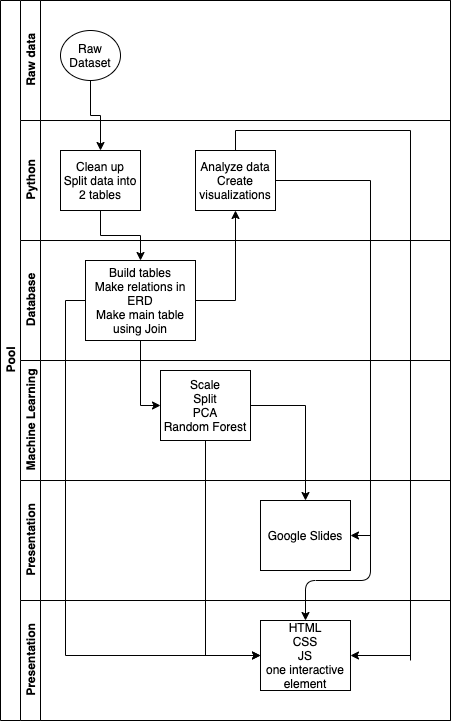
Before: Resources/Group 2 Cardiovascular Swimlane chart.png, a diagram exported from draw.io (enrique-bustamante/Group2_Cardiovascular_Project). Source tidied: cells renumbered, new cells last; positions are measured from the earlier drawing's top-left corner, leaving out a move shared by most shapes. The source it was exported from:
```xml
<mxGraphModel>
  <root>
    <mxCell id="0" />
    <mxCell id="1" parent="0" />
    <mxCell id="2" value="Pool" style="swimlane;html=1;horizontal=0;startSize=20;" parent="1" vertex="1">
      <mxGeometry width="450" height="720" as="geometry" />
    </mxCell>
    <mxCell id="3" value="Raw data" style="swimlane;html=1;startSize=20;horizontal=0;" parent="2" vertex="1">
      <mxGeometry x="20" width="430" height="120" as="geometry" />
    </mxCell>
    <mxCell id="4" value="Raw Dataset" style="ellipse;whiteSpace=wrap;html=1;" parent="3" vertex="1">
      <mxGeometry x="40" y="30" width="60" height="50" as="geometry" />
    </mxCell>
    <mxCell id="5" value="Python" style="swimlane;html=1;startSize=20;horizontal=0;" parent="2" vertex="1">
      <mxGeometry x="20" y="120" width="430" height="120" as="geometry" />
    </mxCell>
    <mxCell id="6" value="Analyze data&lt;br&gt;Create visualizations" style="rounded=0;whiteSpace=wrap;html=1;fontFamily=Helvetica;fontSize=12;fontColor=#000000;align=center;" parent="5" vertex="1">
      <mxGeometry x="175" y="30" width="80" height="60" as="geometry" />
    </mxCell>
    <mxCell id="7" value="Clean up&lt;br&gt;Split data into 2 tables" style="rounded=0;whiteSpace=wrap;html=1;fontFamily=Helvetica;fontSize=12;fontColor=#000000;align=center;" parent="5" vertex="1">
      <mxGeometry x="40" y="30" width="80" height="60" as="geometry" />
    </mxCell>
    <mxCell id="8" value="Database" style="swimlane;html=1;startSize=20;horizontal=0;" parent="2" vertex="1">
      <mxGeometry x="20" y="240" width="430" height="120" as="geometry" />
    </mxCell>
    <mxCell id="9" value="Build tables&lt;br&gt;Make relations in ERD&lt;br&gt;Make main table using Join" style="rounded=0;whiteSpace=wrap;html=1;fontFamily=Helvetica;fontSize=12;fontColor=#000000;align=center;" parent="8" vertex="1">
      <mxGeometry x="65" y="20" width="110" height="80" as="geometry" />
    </mxCell>
    <mxCell id="10" value="Machine Learning" style="swimlane;html=1;startSize=20;horizontal=0;" parent="2" vertex="1">
      <mxGeometry x="20" y="360" width="430" height="120" as="geometry" />
    </mxCell>
    <mxCell id="11" value="Scale&lt;br&gt;Split&lt;br&gt;PCA&lt;br&gt;Random Forest" style="rounded=0;whiteSpace=wrap;html=1;fontFamily=Helvetica;fontSize=12;fontColor=#000000;align=center;" parent="10" vertex="1">
      <mxGeometry x="140" y="10" width="90" height="70" as="geometry" />
    </mxCell>
    <mxCell id="12" value="Presentation" style="swimlane;html=1;startSize=20;horizontal=0;" parent="2" vertex="1">
      <mxGeometry x="20" y="480" width="430" height="120" as="geometry" />
    </mxCell>
    <mxCell id="13" value="Google Slides" style="rounded=0;whiteSpace=wrap;html=1;fontFamily=Helvetica;fontSize=12;fontColor=#000000;align=center;" parent="12" vertex="1">
      <mxGeometry x="240" y="20" width="90" height="70" as="geometry" />
    </mxCell>
    <mxCell id="14" value="Presentation" style="swimlane;html=1;startSize=20;horizontal=0;" parent="2" vertex="1">
      <mxGeometry x="20" y="600" width="430" height="120" as="geometry" />
    </mxCell>
    <mxCell id="15" value="HTML&lt;br&gt;CSS&lt;br&gt;JS&lt;br&gt;one interactive element" style="rounded=0;whiteSpace=wrap;html=1;fontFamily=Helvetica;fontSize=12;fontColor=#000000;align=center;" parent="14" vertex="1">
      <mxGeometry x="240" y="20" width="90" height="70" as="geometry" />
    </mxCell>
    <mxCell id="16" style="edgeStyle=orthogonalEdgeStyle;rounded=0;jettySize=auto;html=1;" parent="2" edge="1" source="4" target="7">
      <mxGeometry relative="1" as="geometry" />
    </mxCell>
    <mxCell id="17" style="edgeStyle=orthogonalEdgeStyle;rounded=0;jettySize=auto;html=1;endArrow=classic;endFill=1;" parent="2" edge="1" source="7" target="9">
      <mxGeometry relative="1" as="geometry" />
    </mxCell>
    <mxCell id="18" style="edgeStyle=orthogonalEdgeStyle;rounded=0;jettySize=auto;html=1;endArrow=classic;endFill=1;entryX=0.5;entryY=1;entryDx=0;entryDy=0;" parent="2" edge="1" source="9" target="6">
      <mxGeometry relative="1" as="geometry">
        <Array as="points">
          <mxPoint x="235" y="300" />
        </Array>
      </mxGeometry>
    </mxCell>
    <mxCell id="19" style="edgeStyle=orthogonalEdgeStyle;rounded=0;jettySize=auto;html=1;exitX=0.5;exitY=1;exitDx=0;exitDy=0;entryX=0;entryY=0.5;entryDx=0;entryDy=0;endArrow=classic;endFill=1;" parent="2" edge="1" source="9" target="11">
      <mxGeometry relative="1" as="geometry" />
    </mxCell>
    <mxCell id="20" style="edgeStyle=orthogonalEdgeStyle;rounded=0;jettySize=auto;html=1;exitX=1;exitY=0.5;exitDx=0;exitDy=0;entryX=1;entryY=0.5;entryDx=0;entryDy=0;endArrow=classic;endFill=1;" parent="2" edge="1" source="6" target="13">
      <mxGeometry relative="1" as="geometry">
        <Array as="points">
          <mxPoint x="370" y="180" />
          <mxPoint x="370" y="535" />
        </Array>
      </mxGeometry>
    </mxCell>
    <mxCell id="21" style="edgeStyle=orthogonalEdgeStyle;rounded=0;jettySize=auto;html=1;exitX=1;exitY=0.5;exitDx=0;exitDy=0;entryX=0.5;entryY=0;entryDx=0;entryDy=0;endArrow=classic;endFill=1;" parent="2" edge="1" source="11" target="13">
      <mxGeometry relative="1" as="geometry" />
    </mxCell>
    <mxCell id="22" style="edgeStyle=orthogonalEdgeStyle;rounded=0;jettySize=auto;html=1;exitX=0;exitY=0.5;exitDx=0;exitDy=0;entryX=0;entryY=0.5;entryDx=0;entryDy=0;endArrow=classic;endFill=1;" parent="2" edge="1" source="9" target="15">
      <mxGeometry relative="1" as="geometry" />
    </mxCell>
    <mxCell id="23" style="edgeStyle=orthogonalEdgeStyle;rounded=0;jettySize=auto;html=1;exitX=0.5;exitY=0;exitDx=0;exitDy=0;endArrow=none;endFill=0;" parent="2" edge="1" source="6">
      <mxGeometry relative="1" as="geometry">
        <mxPoint x="410" y="660" as="targetPoint" />
      </mxGeometry>
    </mxCell>
    <mxCell id="24" style="edgeStyle=orthogonalEdgeStyle;rounded=0;jettySize=auto;html=1;exitX=0.5;exitY=1;exitDx=0;exitDy=0;endArrow=classic;endFill=1;entryX=0;entryY=0.5;entryDx=0;entryDy=0;" parent="2" edge="1" source="11" target="15">
      <mxGeometry relative="1" as="geometry" />
    </mxCell>
    <mxCell id="25" style="endArrow=classic;html=1;entryX=1;entryY=0.5;entryDx=0;entryDy=0;" parent="1" edge="1" target="15">
      <mxGeometry relative="1" as="geometry">
        <mxPoint x="410" y="655" as="sourcePoint" />
      </mxGeometry>
    </mxCell>
    <mxCell id="26" style="endArrow=classic;html=1;entryX=0.5;entryY=0;entryDx=0;entryDy=0;" parent="1" edge="1" target="15">
      <mxGeometry relative="1" as="geometry">
        <mxPoint x="370" y="530" as="sourcePoint" />
        <Array as="points">
          <mxPoint x="370" y="580" />
          <mxPoint x="305" y="580" />
        </Array>
      </mxGeometry>
    </mxCell>
  </root>
</mxGraphModel>
```
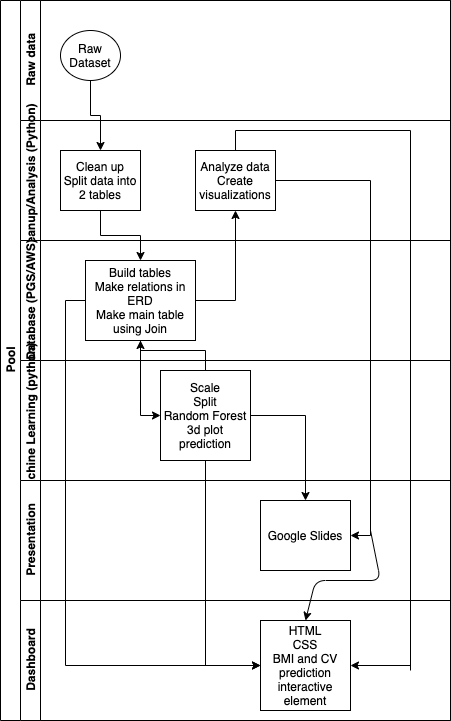
Above is the later version.

The edit, as a diff of the source:
```diff
@@ -2,6 +2,20 @@
   <root>
     <mxCell id="0" />
     <mxCell id="1" parent="0" />
+    <mxCell id="25" style="endArrow=classic;html=1;entryX=1;entryY=0.5;entryDx=0;entryDy=0;" parent="1" edge="1" target="15">
+      <mxGeometry relative="1" as="geometry">
+        <mxPoint x="410" y="665" as="sourcePoint" />
+      </mxGeometry>
+    </mxCell>
+    <mxCell id="26" style="endArrow=classic;html=1;entryX=0.5;entryY=0;entryDx=0;entryDy=0;" parent="1" edge="1" target="15">
+      <mxGeometry relative="1" as="geometry">
+        <mxPoint x="370" y="530" as="sourcePoint" />
+        <Array as="points">
+          <mxPoint x="380" y="580" />
+          <mxPoint x="315" y="580" />
+        </Array>
+      </mxGeometry>
+    </mxCell>
     <mxCell id="2" value="Pool" style="swimlane;html=1;horizontal=0;startSize=20;" parent="1" vertex="1">
       <mxGeometry width="450" height="720" as="geometry" />
     </mxCell>
@@ -11,7 +25,7 @@
     <mxCell id="4" value="Raw Dataset" style="ellipse;whiteSpace=wrap;html=1;" parent="3" vertex="1">
       <mxGeometry x="40" y="30" width="60" height="50" as="geometry" />
     </mxCell>
-    <mxCell id="5" value="Python" style="swimlane;html=1;startSize=20;horizontal=0;" parent="2" vertex="1">
+    <mxCell id="5" value="Cleanup/Analysis (Python)" style="swimlane;html=1;startSize=20;horizontal=0;" parent="2" vertex="1">
       <mxGeometry x="20" y="120" width="430" height="120" as="geometry" />
     </mxCell>
     <mxCell id="6" value="Analyze data&lt;br&gt;Create visualizations" style="rounded=0;whiteSpace=wrap;html=1;fontFamily=Helvetica;fontSize=12;fontColor=#000000;align=center;" parent="5" vertex="1">
@@ -20,17 +34,17 @@
     <mxCell id="7" value="Clean up&lt;br&gt;Split data into 2 tables" style="rounded=0;whiteSpace=wrap;html=1;fontFamily=Helvetica;fontSize=12;fontColor=#000000;align=center;" parent="5" vertex="1">
       <mxGeometry x="40" y="30" width="80" height="60" as="geometry" />
     </mxCell>
-    <mxCell id="8" value="Database" style="swimlane;html=1;startSize=20;horizontal=0;" parent="2" vertex="1">
+    <mxCell id="8" value="Database (PGS/AWS)" style="swimlane;html=1;startSize=20;horizontal=0;" parent="2" vertex="1">
       <mxGeometry x="20" y="240" width="430" height="120" as="geometry" />
     </mxCell>
     <mxCell id="9" value="Build tables&lt;br&gt;Make relations in ERD&lt;br&gt;Make main table using Join" style="rounded=0;whiteSpace=wrap;html=1;fontFamily=Helvetica;fontSize=12;fontColor=#000000;align=center;" parent="8" vertex="1">
       <mxGeometry x="65" y="20" width="110" height="80" as="geometry" />
     </mxCell>
-    <mxCell id="10" value="Machine Learning" style="swimlane;html=1;startSize=20;horizontal=0;" parent="2" vertex="1">
+    <mxCell id="10" value="Machine Learning (python)" style="swimlane;html=1;startSize=20;horizontal=0;" parent="2" vertex="1">
       <mxGeometry x="20" y="360" width="430" height="120" as="geometry" />
     </mxCell>
-    <mxCell id="11" value="Scale&lt;br&gt;Split&lt;br&gt;PCA&lt;br&gt;Random Forest" style="rounded=0;whiteSpace=wrap;html=1;fontFamily=Helvetica;fontSize=12;fontColor=#000000;align=center;" parent="10" vertex="1">
-      <mxGeometry x="140" y="10" width="90" height="70" as="geometry" />
+    <mxCell id="11" value="Scale&lt;br&gt;Split&lt;br&gt;Random Forest&lt;br&gt;3d plot&lt;br&gt;prediction" style="rounded=0;whiteSpace=wrap;html=1;fontFamily=Helvetica;fontSize=12;fontColor=#000000;align=center;" parent="10" vertex="1">
+      <mxGeometry x="140" y="10" width="90" height="90" as="geometry" />
     </mxCell>
     <mxCell id="12" value="Presentation" style="swimlane;html=1;startSize=20;horizontal=0;" parent="2" vertex="1">
       <mxGeometry x="20" y="480" width="430" height="120" as="geometry" />
@@ -38,11 +52,11 @@
     <mxCell id="13" value="Google Slides" style="rounded=0;whiteSpace=wrap;html=1;fontFamily=Helvetica;fontSize=12;fontColor=#000000;align=center;" parent="12" vertex="1">
       <mxGeometry x="240" y="20" width="90" height="70" as="geometry" />
     </mxCell>
-    <mxCell id="14" value="Presentation" style="swimlane;html=1;startSize=20;horizontal=0;" parent="2" vertex="1">
+    <mxCell id="14" value="Dashboard" style="swimlane;html=1;startSize=20;horizontal=0;" parent="2" vertex="1">
       <mxGeometry x="20" y="600" width="430" height="120" as="geometry" />
     </mxCell>
-    <mxCell id="15" value="HTML&lt;br&gt;CSS&lt;br&gt;JS&lt;br&gt;one interactive element" style="rounded=0;whiteSpace=wrap;html=1;fontFamily=Helvetica;fontSize=12;fontColor=#000000;align=center;" parent="14" vertex="1">
-      <mxGeometry x="240" y="20" width="90" height="70" as="geometry" />
+    <mxCell id="15" value="HTML&lt;br&gt;CSS&lt;br&gt;BMI and CV prediction interactive element" style="rounded=0;whiteSpace=wrap;html=1;fontFamily=Helvetica;fontSize=12;fontColor=#000000;align=center;" parent="14" vertex="1">
+      <mxGeometry x="240" y="20" width="90" height="90" as="geometry" />
     </mxCell>
     <mxCell id="16" style="edgeStyle=orthogonalEdgeStyle;rounded=0;jettySize=auto;html=1;" parent="2" edge="1" source="4" target="7">
       <mxGeometry relative="1" as="geometry" />
@@ -76,25 +90,14 @@
     </mxCell>
     <mxCell id="23" style="edgeStyle=orthogonalEdgeStyle;rounded=0;jettySize=auto;html=1;exitX=0.5;exitY=0;exitDx=0;exitDy=0;endArrow=none;endFill=0;" parent="2" edge="1" source="6">
       <mxGeometry relative="1" as="geometry">
-        <mxPoint x="410" y="660" as="targetPoint" />
+        <mxPoint x="410" y="670" as="targetPoint" />
       </mxGeometry>
     </mxCell>
     <mxCell id="24" style="edgeStyle=orthogonalEdgeStyle;rounded=0;jettySize=auto;html=1;exitX=0.5;exitY=1;exitDx=0;exitDy=0;endArrow=classic;endFill=1;entryX=0;entryY=0.5;entryDx=0;entryDy=0;" parent="2" edge="1" source="11" target="15">
       <mxGeometry relative="1" as="geometry" />
     </mxCell>
-    <mxCell id="25" style="endArrow=classic;html=1;entryX=1;entryY=0.5;entryDx=0;entryDy=0;" parent="1" edge="1" target="15">
-      <mxGeometry relative="1" as="geometry">
-        <mxPoint x="410" y="655" as="sourcePoint" />
-      </mxGeometry>
-    </mxCell>
-    <mxCell id="26" style="endArrow=classic;html=1;entryX=0.5;entryY=0;entryDx=0;entryDy=0;" parent="1" edge="1" target="15">
-      <mxGeometry relative="1" as="geometry">
-        <mxPoint x="370" y="530" as="sourcePoint" />
-        <Array as="points">
-          <mxPoint x="370" y="580" />
-          <mxPoint x="305" y="580" />
-        </Array>
-      </mxGeometry>
-    </mxCell>
+    <mxCell id="27" style="edgeStyle=orthogonalEdgeStyle;rounded=0;jettySize=auto;html=1;exitX=0.5;exitY=0;exitDx=0;exitDy=0;entryX=0.5;entryY=1;entryDx=0;entryDy=0;endArrow=classic;endFill=1;" parent="2" edge="1" source="11" target="9">
+      <mxGeometry relative="1" as="geometry" />
+    </mxCell>
   </root>
 </mxGraphModel>
```
